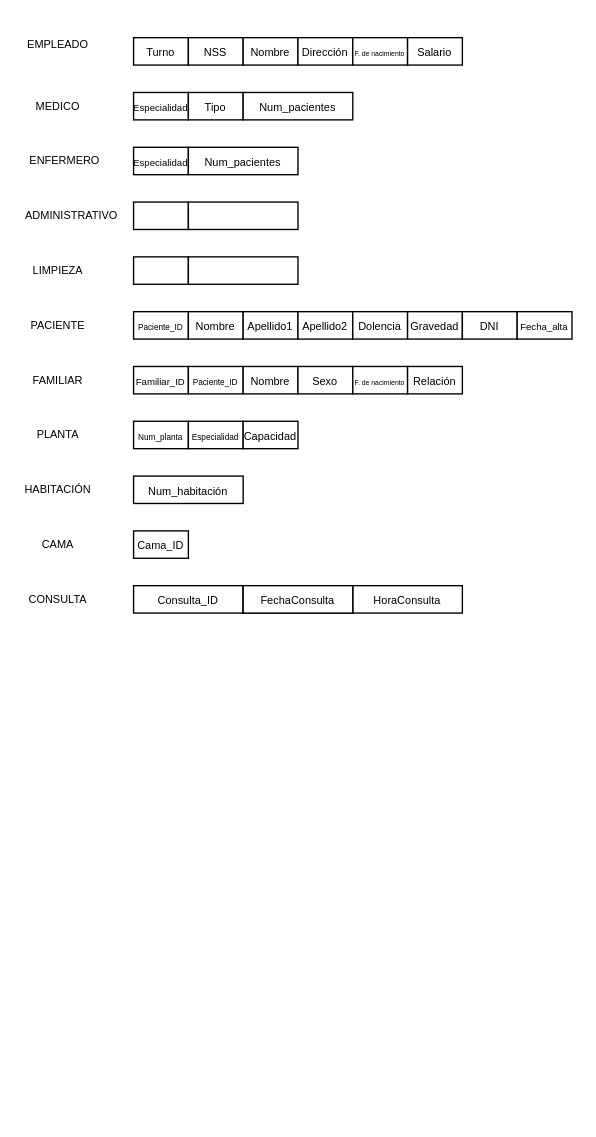
Earlier version of the draw.io diagram Hospital_entdiad_relacion.drawio (JaviOsuna/Hospital). Source tidied: cells renumbered, new cells numbered last; positions are measured from the earlier drawing's top-left corner, leaving out a move shared by most shapes. Both pictures are drawn from the tidied source at 137%, with x=0, y=0 at pixel (23, 23).
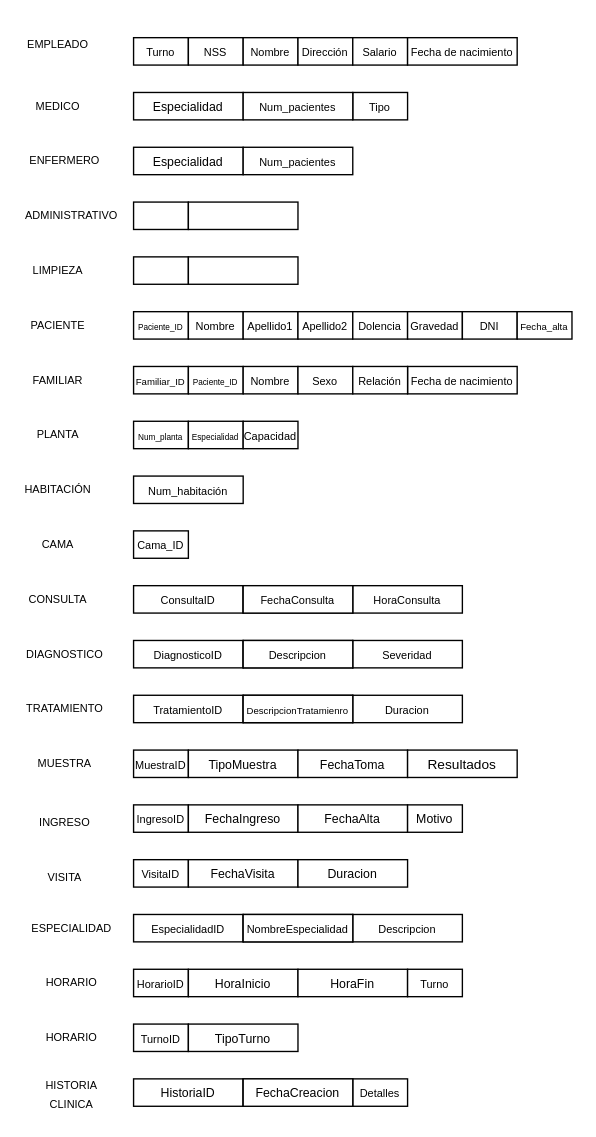
Above is the later version.

Commit message:
feat: actualizacion completa

The edit, as a diff of the source:
```diff
@@
     <mxCell id="7" style="rounded=0;whiteSpace=wrap;html=1;" parent="1" vertex="1">
-      <mxGeometry x="280" y="10" width="40" height="20" as="geometry" />
+      <mxGeometry x="280" y="10" width="80" height="20" as="geometry" />
     </mxCell>
@@
-    <mxCell id="12" value="&lt;font style=&quot;font-size: 5px;&quot;&gt;F. de nacimiento&lt;/font&gt;" style="text;html=1;align=center;verticalAlign=middle;whiteSpace=wrap;rounded=0;strokeWidth=0;" parent="1" vertex="1">
-      <mxGeometry x="240" y="10" width="40" height="20" as="geometry" />
+    <mxCell id="12" value="&lt;font style=&quot;font-size: 8px;&quot;&gt;Fecha de nacimiento&lt;/font&gt;" style="text;html=1;align=center;verticalAlign=middle;whiteSpace=wrap;rounded=0;strokeWidth=0;" parent="1" vertex="1">
+      <mxGeometry x="280" y="10" width="80" height="20" as="geometry" />
     </mxCell>
     <mxCell id="13" value="&lt;font style=&quot;font-size: 8px;&quot;&gt;Salario&lt;/font&gt;" style="text;html=1;align=center;verticalAlign=middle;whiteSpace=wrap;rounded=0;" parent="1" vertex="1">
-      <mxGeometry x="280" y="10" width="40" height="20" as="geometry" />
+      <mxGeometry x="240" y="10" width="40" height="20" as="geometry" />
     </mxCell>
@@
     <mxCell id="28" style="rounded=0;whiteSpace=wrap;html=1;" parent="1" vertex="1">
-      <mxGeometry x="80" y="50" width="40" height="20" as="geometry" />
+      <mxGeometry x="80" y="50" width="80" height="20" as="geometry" />
     </mxCell>
     <mxCell id="29" style="rounded=0;whiteSpace=wrap;html=1;" parent="1" vertex="1">
-      <mxGeometry x="120" y="50" width="40" height="20" as="geometry" />
+      <mxGeometry x="240" y="50" width="40" height="20" as="geometry" />
     </mxCell>
@@
-    <mxCell id="31" value="&lt;font style=&quot;font-size: 8px;&quot;&gt;Consulta_ID&lt;/font&gt;" style="rounded=0;whiteSpace=wrap;html=1;" parent="1" vertex="1">
+    <mxCell id="31" value="&lt;font style=&quot;font-size: 8px;&quot;&gt;ConsultaID&lt;/font&gt;" style="rounded=0;whiteSpace=wrap;html=1;" parent="1" vertex="1">
       <mxGeometry x="80" y="410" width="80" height="20" as="geometry" />
     </mxCell>
@@
-    <mxCell id="33" value="&lt;font style=&quot;font-size: 7px;&quot;&gt;Especialidad&lt;/font&gt;" style="text;html=1;align=center;verticalAlign=middle;whiteSpace=wrap;rounded=0;" parent="1" vertex="1">
-      <mxGeometry x="80" y="50" width="40" height="20" as="geometry" />
+    <mxCell id="33" value="&lt;font style=&quot;font-size: 9px;&quot;&gt;Especialidad&lt;/font&gt;" style="text;html=1;align=center;verticalAlign=middle;whiteSpace=wrap;rounded=0;" parent="1" vertex="1">
+      <mxGeometry x="80" y="50" width="80" height="20" as="geometry" />
     </mxCell>
     <mxCell id="34" value="&lt;font style=&quot;font-size: 8px;&quot;&gt;Tipo&lt;/font&gt;" style="text;html=1;align=center;verticalAlign=middle;whiteSpace=wrap;rounded=0;" parent="1" vertex="1">
-      <mxGeometry x="120" y="50" width="40" height="20" as="geometry" />
+      <mxGeometry x="240" y="50" width="40" height="20" as="geometry" />
     </mxCell>
@@
     <mxCell id="37" style="rounded=0;whiteSpace=wrap;html=1;" parent="1" vertex="1">
-      <mxGeometry x="80" y="90" width="40" height="20" as="geometry" />
+      <mxGeometry x="80" y="90" width="80" height="20" as="geometry" />
     </mxCell>
     <mxCell id="38" style="rounded=0;whiteSpace=wrap;html=1;" parent="1" vertex="1">
-      <mxGeometry x="120" y="90" width="80" height="20" as="geometry" />
+      <mxGeometry x="160" y="90" width="80" height="20" as="geometry" />
     </mxCell>
@@
-    <mxCell id="41" value="&lt;font style=&quot;font-size: 7px;&quot;&gt;Especialidad&lt;/font&gt;" style="text;html=1;align=center;verticalAlign=middle;whiteSpace=wrap;rounded=0;" parent="1" vertex="1">
-      <mxGeometry x="80" y="90" width="40" height="20" as="geometry" />
+    <mxCell id="41" value="&lt;font style=&quot;font-size: 9px;&quot;&gt;Especialidad&lt;/font&gt;" style="text;html=1;align=center;verticalAlign=middle;whiteSpace=wrap;rounded=0;" parent="1" vertex="1">
+      <mxGeometry x="80" y="90" width="80" height="20" as="geometry" />
     </mxCell>
     <mxCell id="42" value="&lt;font style=&quot;font-size: 8px;&quot;&gt;Num_&lt;/font&gt;&lt;span style=&quot;font-size: 8px; background-color: initial;&quot;&gt;pacientes&lt;/span&gt;" style="text;html=1;align=center;verticalAlign=middle;whiteSpace=wrap;rounded=0;" parent="1" vertex="1">
-      <mxGeometry x="120" y="90" width="80" height="20" as="geometry" />
+      <mxGeometry x="160" y="90" width="80" height="20" as="geometry" />
     </mxCell>
@@
     <mxCell id="59" style="rounded=0;whiteSpace=wrap;html=1;" parent="1" vertex="1">
-      <mxGeometry x="240" y="250" width="40" height="20" as="geometry" />
+      <mxGeometry x="280" y="250" width="80" height="20" as="geometry" />
     </mxCell>
@@
-    <mxCell id="64" value="&lt;font style=&quot;font-size: 5px;&quot;&gt;F. de nacimiento&lt;/font&gt;" style="text;html=1;align=center;verticalAlign=middle;whiteSpace=wrap;rounded=0;strokeWidth=0;" parent="1" vertex="1">
-      <mxGeometry x="240" y="250" width="40" height="20" as="geometry" />
+    <mxCell id="64" value="&lt;font style=&quot;font-size: 8px;&quot;&gt;Fecha de nacimiento&lt;/font&gt;" style="text;html=1;align=center;verticalAlign=middle;whiteSpace=wrap;rounded=0;strokeWidth=0;" parent="1" vertex="1">
+      <mxGeometry x="280" y="250" width="80" height="20" as="geometry" />
     </mxCell>
     <mxCell id="65" value="&lt;font style=&quot;font-size: 8px;&quot;&gt;Relación&lt;/font&gt;" style="rounded=0;whiteSpace=wrap;html=1;" parent="1" vertex="1">
-      <mxGeometry x="280" y="250" width="40" height="20" as="geometry" />
+      <mxGeometry x="240" y="250" width="40" height="20" as="geometry" />
     </mxCell>
@@
+    <mxCell id="78" value="&lt;font style=&quot;font-size: 8px;&quot;&gt;DiagnosticoID&lt;/font&gt;" style="rounded=0;whiteSpace=wrap;html=1;" parent="1" vertex="1">
+      <mxGeometry x="80" y="450" width="80" height="20" as="geometry" />
+    </mxCell>
+    <mxCell id="79" style="rounded=0;whiteSpace=wrap;html=1;" parent="1" vertex="1">
+      <mxGeometry x="160" y="450" width="80" height="20" as="geometry" />
+    </mxCell>
+    <mxCell id="80" value="&lt;font style=&quot;font-size: 8px;&quot;&gt;Severidad&lt;/font&gt;" style="rounded=0;whiteSpace=wrap;html=1;" parent="1" vertex="1">
+      <mxGeometry x="240" y="450" width="80" height="20" as="geometry" />
+    </mxCell>
+    <mxCell id="81" value="&lt;font style=&quot;font-size: 8px;&quot;&gt;Descripcion&lt;/font&gt;" style="rounded=0;whiteSpace=wrap;html=1;" parent="1" vertex="1">
+      <mxGeometry x="160" y="450" width="80" height="20" as="geometry" />
+    </mxCell>
+    <mxCell id="82" value="&lt;div style=&quot;&quot;&gt;&lt;span style=&quot;background-color: initial; font-size: 8px;&quot;&gt;DIAGNOSTICO&lt;/span&gt;&lt;/div&gt;" style="text;whiteSpace=wrap;html=1;align=center;" parent="1" vertex="1">
+      <mxGeometry y="445" width="60" height="30" as="geometry" />
+    </mxCell>
+    <mxCell id="83" value="&lt;font style=&quot;font-size: 8px;&quot;&gt;TratamientoID&lt;/font&gt;" style="rounded=0;whiteSpace=wrap;html=1;" parent="1" vertex="1">
+      <mxGeometry x="80" y="490" width="80" height="20" as="geometry" />
+    </mxCell>
+    <mxCell id="84" style="rounded=0;whiteSpace=wrap;html=1;" parent="1" vertex="1">
+      <mxGeometry x="160" y="490" width="80" height="20" as="geometry" />
+    </mxCell>
+    <mxCell id="85" value="&lt;font style=&quot;font-size: 8px;&quot;&gt;Duracion&lt;/font&gt;" style="rounded=0;whiteSpace=wrap;html=1;" parent="1" vertex="1">
+      <mxGeometry x="240" y="490" width="80" height="20" as="geometry" />
+    </mxCell>
+    <mxCell id="86" value="&lt;font style=&quot;font-size: 7px;&quot;&gt;DescripcionTratamienro&lt;/font&gt;" style="rounded=0;whiteSpace=wrap;html=1;" parent="1" vertex="1">
+      <mxGeometry x="160" y="490" width="80" height="20" as="geometry" />
+    </mxCell>
+    <mxCell id="87" value="&lt;div style=&quot;&quot;&gt;&lt;span style=&quot;background-color: initial; font-size: 8px;&quot;&gt;TRATAMIENTO&lt;/span&gt;&lt;/div&gt;" style="text;whiteSpace=wrap;html=1;align=center;" parent="1" vertex="1">
+      <mxGeometry y="485" width="60" height="30" as="geometry" />
+    </mxCell>
+    <mxCell id="88" value="&lt;font style=&quot;font-size: 8px;&quot;&gt;MuestraID&lt;/font&gt;" style="rounded=0;whiteSpace=wrap;html=1;" parent="1" vertex="1">
+      <mxGeometry x="80" y="530" width="40" height="20" as="geometry" />
+    </mxCell>
+    <mxCell id="89" value="&lt;font style=&quot;font-size: 9px;&quot;&gt;TipoMuestra&lt;/font&gt;" style="rounded=0;whiteSpace=wrap;html=1;" parent="1" vertex="1">
+      <mxGeometry x="120" y="530" width="80" height="20" as="geometry" />
+    </mxCell>
+    <mxCell id="90" value="&lt;font style=&quot;font-size: 9px;&quot;&gt;FechaToma&lt;/font&gt;" style="rounded=0;whiteSpace=wrap;html=1;" parent="1" vertex="1">
+      <mxGeometry x="200" y="530" width="80" height="20" as="geometry" />
+    </mxCell>
+    <mxCell id="91" value="&lt;font size=&quot;1&quot;&gt;Resultados&lt;/font&gt;" style="rounded=0;whiteSpace=wrap;html=1;" parent="1" vertex="1">
+      <mxGeometry x="280" y="530" width="80" height="20" as="geometry" />
+    </mxCell>
+    <mxCell id="92" value="&lt;div style=&quot;&quot;&gt;&lt;span style=&quot;background-color: initial; font-size: 8px;&quot;&gt;MUESTRA&lt;/span&gt;&lt;/div&gt;" style="text;whiteSpace=wrap;html=1;align=center;" parent="1" vertex="1">
+      <mxGeometry y="525" width="60" height="25" as="geometry" />
+    </mxCell>
+    <mxCell id="93" value="&lt;font style=&quot;font-size: 8px;&quot;&gt;IngresoID&lt;/font&gt;" style="rounded=0;whiteSpace=wrap;html=1;" parent="1" vertex="1">
+      <mxGeometry x="80" y="570" width="40" height="20" as="geometry" />
+    </mxCell>
+    <mxCell id="94" value="&lt;font style=&quot;font-size: 9px;&quot;&gt;FechaIngreso&lt;/font&gt;" style="rounded=0;whiteSpace=wrap;html=1;" parent="1" vertex="1">
+      <mxGeometry x="120" y="570" width="80" height="20" as="geometry" />
+    </mxCell>
+    <mxCell id="95" value="&lt;font style=&quot;font-size: 9px;&quot;&gt;FechaAlta&lt;/font&gt;" style="rounded=0;whiteSpace=wrap;html=1;" parent="1" vertex="1">
+      <mxGeometry x="200" y="570" width="80" height="20" as="geometry" />
+    </mxCell>
+    <mxCell id="96" value="&lt;font style=&quot;font-size: 9px;&quot;&gt;Motivo&lt;/font&gt;" style="rounded=0;whiteSpace=wrap;html=1;" parent="1" vertex="1">
+      <mxGeometry x="280" y="570" width="40" height="20" as="geometry" />
+    </mxCell>
+    <mxCell id="97" value="&lt;div style=&quot;&quot;&gt;&lt;span style=&quot;background-color: initial; font-size: 8px;&quot;&gt;INGRESO&lt;/span&gt;&lt;/div&gt;" style="text;whiteSpace=wrap;html=1;align=center;" parent="1" vertex="1">
+      <mxGeometry y="567.5" width="60" height="25" as="geometry" />
+    </mxCell>
+    <mxCell id="98" value="&lt;font style=&quot;font-size: 8px;&quot;&gt;VisitaID&lt;/font&gt;" style="rounded=0;whiteSpace=wrap;html=1;" parent="1" vertex="1">
+      <mxGeometry x="80" y="610" width="40" height="20" as="geometry" />
+    </mxCell>
+    <mxCell id="99" value="&lt;font style=&quot;font-size: 9px;&quot;&gt;FechaVisita&lt;/font&gt;" style="rounded=0;whiteSpace=wrap;html=1;" parent="1" vertex="1">
+      <mxGeometry x="120" y="610" width="80" height="20" as="geometry" />
+    </mxCell>
+    <mxCell id="100" value="&lt;font style=&quot;font-size: 9px;&quot;&gt;Duracion&lt;/font&gt;" style="rounded=0;whiteSpace=wrap;html=1;" parent="1" vertex="1">
+      <mxGeometry x="200" y="610" width="80" height="20" as="geometry" />
+    </mxCell>
+    <mxCell id="101" value="&lt;div style=&quot;&quot;&gt;&lt;span style=&quot;background-color: initial; font-size: 8px;&quot;&gt;VISITA&lt;/span&gt;&lt;/div&gt;" style="text;whiteSpace=wrap;html=1;align=center;" parent="1" vertex="1">
+      <mxGeometry y="607.5" width="60" height="25" as="geometry" />
+    </mxCell>
+    <mxCell id="102" value="&lt;font style=&quot;font-size: 8px;&quot;&gt;EspecialidadID&lt;/font&gt;" style="rounded=0;whiteSpace=wrap;html=1;" parent="1" vertex="1">
+      <mxGeometry x="80" y="650" width="80" height="20" as="geometry" />
+    </mxCell>
+    <mxCell id="103" style="rounded=0;whiteSpace=wrap;html=1;" parent="1" vertex="1">
+      <mxGeometry x="160" y="650" width="80" height="20" as="geometry" />
+    </mxCell>
+    <mxCell id="104" value="&lt;font style=&quot;font-size: 8px;&quot;&gt;Descripcion&lt;/font&gt;" style="rounded=0;whiteSpace=wrap;html=1;" parent="1" vertex="1">
+      <mxGeometry x="240" y="650" width="80" height="20" as="geometry" />
+    </mxCell>
+    <mxCell id="105" value="&lt;font style=&quot;font-size: 8px;&quot;&gt;NombreEspecialidad&lt;/font&gt;" style="rounded=0;whiteSpace=wrap;html=1;" parent="1" vertex="1">
+      <mxGeometry x="160" y="650" width="80" height="20" as="geometry" />
+    </mxCell>
+    <mxCell id="106" value="&lt;div style=&quot;&quot;&gt;&lt;span style=&quot;background-color: initial; font-size: 8px;&quot;&gt;ESPECIALIDAD&lt;/span&gt;&lt;/div&gt;" style="text;whiteSpace=wrap;html=1;align=center;" parent="1" vertex="1">
+      <mxGeometry y="645" width="70" height="30" as="geometry" />
+    </mxCell>
+    <mxCell id="107" value="&lt;font style=&quot;font-size: 8px;&quot;&gt;HorarioID&lt;/font&gt;" style="rounded=0;whiteSpace=wrap;html=1;" parent="1" vertex="1">
+      <mxGeometry x="80" y="690" width="40" height="20" as="geometry" />
+    </mxCell>
+    <mxCell id="108" value="&lt;font style=&quot;font-size: 9px;&quot;&gt;HoraInicio&lt;/font&gt;" style="rounded=0;whiteSpace=wrap;html=1;" parent="1" vertex="1">
+      <mxGeometry x="120" y="690" width="80" height="20" as="geometry" />
+    </mxCell>
+    <mxCell id="109" value="&lt;font style=&quot;font-size: 9px;&quot;&gt;HoraFin&lt;/font&gt;" style="rounded=0;whiteSpace=wrap;html=1;" parent="1" vertex="1">
+      <mxGeometry x="200" y="690" width="80" height="20" as="geometry" />
+    </mxCell>
+    <mxCell id="110" value="&lt;font style=&quot;font-size: 8px;&quot;&gt;Turno&lt;/font&gt;" style="rounded=0;whiteSpace=wrap;html=1;" parent="1" vertex="1">
+      <mxGeometry x="280" y="690" width="40" height="20" as="geometry" />
+    </mxCell>
+    <mxCell id="111" value="&lt;div style=&quot;&quot;&gt;&lt;span style=&quot;background-color: initial; font-size: 8px;&quot;&gt;HORARIO&lt;/span&gt;&lt;/div&gt;" style="text;whiteSpace=wrap;html=1;align=center;" parent="1" vertex="1">
+      <mxGeometry y="685" width="70" height="30" as="geometry" />
+    </mxCell>
+    <mxCell id="112" value="&lt;div style=&quot;&quot;&gt;&lt;span style=&quot;background-color: initial; font-size: 8px;&quot;&gt;HORARIO&lt;/span&gt;&lt;/div&gt;" style="text;whiteSpace=wrap;html=1;align=center;" parent="1" vertex="1">
+      <mxGeometry y="725" width="70" height="30" as="geometry" />
+    </mxCell>
+    <mxCell id="113" value="&lt;font style=&quot;font-size: 8px;&quot;&gt;TurnoID&lt;/font&gt;" style="rounded=0;whiteSpace=wrap;html=1;" parent="1" vertex="1">
+      <mxGeometry x="80" y="730" width="40" height="20" as="geometry" />
+    </mxCell>
+    <mxCell id="114" value="&lt;font style=&quot;font-size: 9px;&quot;&gt;TipoTurno&lt;/font&gt;" style="rounded=0;whiteSpace=wrap;html=1;" parent="1" vertex="1">
+      <mxGeometry x="120" y="730" width="80" height="20" as="geometry" />
+    </mxCell>
+    <mxCell id="115" value="&lt;font style=&quot;font-size: 9px;&quot;&gt;HistoriaID&lt;/font&gt;" style="rounded=0;whiteSpace=wrap;html=1;" parent="1" vertex="1">
+      <mxGeometry x="80" y="770" width="80" height="20" as="geometry" />
+    </mxCell>
+    <mxCell id="116" style="rounded=0;whiteSpace=wrap;html=1;" parent="1" vertex="1">
+      <mxGeometry x="160" y="770" width="80" height="20" as="geometry" />
+    </mxCell>
+    <mxCell id="117" value="&lt;font style=&quot;font-size: 8px;&quot;&gt;Detalles&lt;/font&gt;" style="rounded=0;whiteSpace=wrap;html=1;" parent="1" vertex="1">
+      <mxGeometry x="240" y="770" width="40" height="20" as="geometry" />
+    </mxCell>
+    <mxCell id="118" value="&lt;font style=&quot;font-size: 9px;&quot;&gt;FechaCreacion&lt;/font&gt;" style="rounded=0;whiteSpace=wrap;html=1;" parent="1" vertex="1">
+      <mxGeometry x="160" y="770" width="80" height="20" as="geometry" />
+    </mxCell>
+    <mxCell id="119" value="&lt;div style=&quot;&quot;&gt;&lt;span style=&quot;background-color: initial; font-size: 8px;&quot;&gt;HISTORIA&lt;/span&gt;&lt;/div&gt;&lt;div style=&quot;&quot;&gt;&lt;span style=&quot;background-color: initial; font-size: 8px;&quot;&gt;CLINICA&lt;/span&gt;&lt;/div&gt;" style="text;whiteSpace=wrap;html=1;align=center;" parent="1" vertex="1">
+      <mxGeometry y="760" width="70" height="35" as="geometry" />
+    </mxCell>
```
